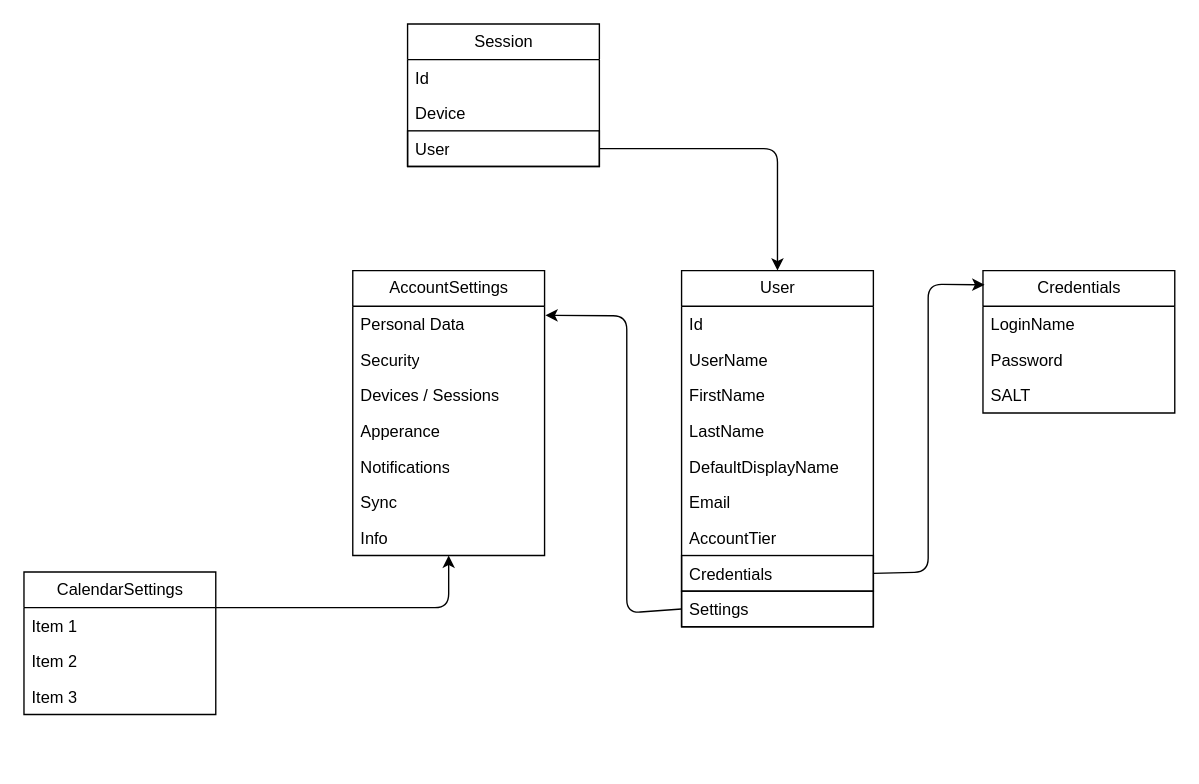
The draw.io diagram Architecture/Domains/Administration.drawio in TodoXpress/Documentation, before the edit. Source tidied: cells renumbered, new cells numbered last; positions are measured from the earlier drawing's top-left corner, leaving out a move shared by most shapes. Both pictures are drawn from the tidied source at 137%, with x=0, y=0 at pixel (23, 23).
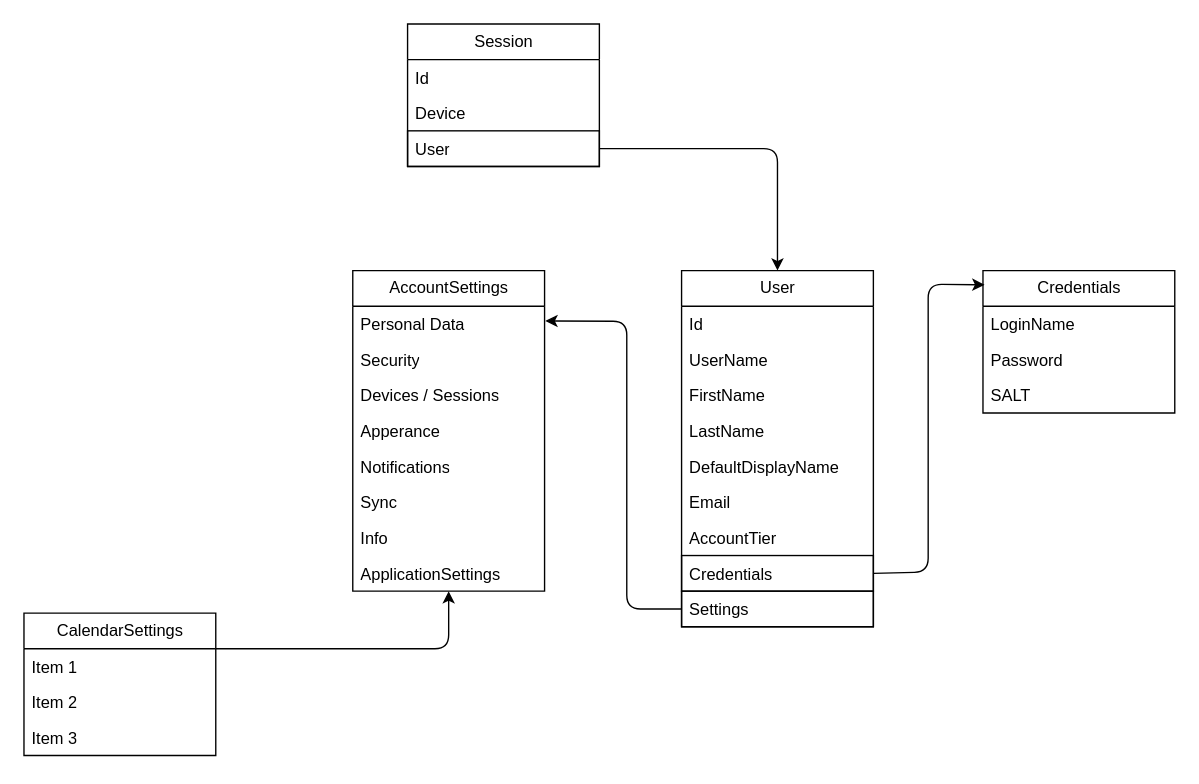
The same diagram, later.

Unchanged cells that the change refers to:
```xml
<mxCell id="11" value="Settings" style="text;strokeColor=default;fillColor=none;align=left;verticalAlign=top;spacingLeft=4;spacingRight=4;overflow=hidden;points=[[0,0.5],[1,0.5]];portConstraint=eastwest;whiteSpace=wrap;html=1;" parent="2" vertex="1">
  <mxGeometry y="234" width="140" height="26" as="geometry" />
</mxCell>
```

Diff of the diagram source:
```diff
@@
     <mxCell id="17" value="AccountSettings" style="swimlane;fontStyle=0;horizontal=1;startSize=26;fillColor=none;html=1;strokeColor=default;" parent="1" vertex="1">
-      <mxGeometry x="240" y="180" width="140" height="208" as="geometry" />
+      <mxGeometry x="240" y="180" width="140" height="234" as="geometry" />
     </mxCell>
@@
+    <mxCell id="36" value="ApplicationSettings" style="text;strokeColor=none;fillColor=none;align=left;verticalAlign=top;spacingLeft=4;spacingRight=4;overflow=hidden;whiteSpace=wrap;html=1;" parent="17" vertex="1">
+      <mxGeometry y="208" width="140" height="26" as="geometry" />
+    </mxCell>
     <mxCell id="25" style="edgeStyle=none;html=1;exitX=0;exitY=0.5;exitDx=0;exitDy=0;entryX=1.004;entryY=0.157;entryDx=0;entryDy=0;entryPerimeter=0;" parent="1" edge="1" source="11" target="17">
       <mxGeometry relative="1" as="geometry">
         <Array as="points">
-          <mxPoint x="440" y="430" />
-          <mxPoint x="440" y="213" />
+          <mxPoint x="440" y="427" />
+          <mxPoint x="440" y="217" />
         </Array>
       </mxGeometry>
     </mxCell>
@@
     <mxCell id="31" style="edgeStyle=none;html=1;exitX=1;exitY=0.25;exitDx=0;exitDy=0;" parent="1" edge="1" source="32" target="17">
       <mxGeometry relative="1" as="geometry">
         <Array as="points">
-          <mxPoint x="310" y="426" />
+          <mxPoint x="310" y="456" />
         </Array>
       </mxGeometry>
     </mxCell>
     <mxCell id="32" value="CalendarSettings" style="swimlane;fontStyle=0;horizontal=1;startSize=26;fillColor=none;html=1;strokeColor=default;" parent="1" vertex="1">
-      <mxGeometry y="400" width="140" height="104" as="geometry" />
+      <mxGeometry y="430" width="140" height="104" as="geometry" />
     </mxCell>
```
